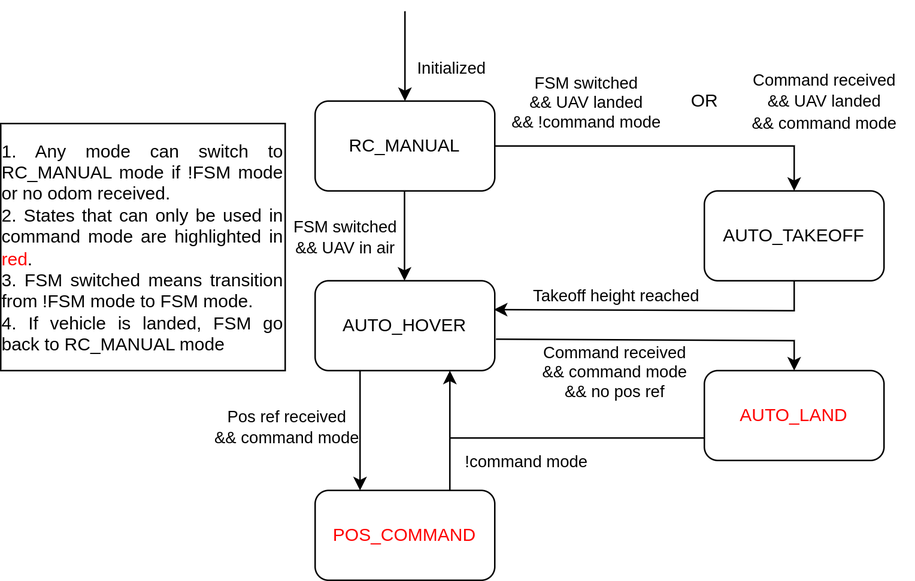
Before: docs/AIRo_PX4_FSM.png, a diagram exported from draw.io (HKPolyU-UAV/airo_control_interface). Source tidied: cells renumbered, new cells last; positions are measured from the earlier drawing's top-left corner, leaving out a move shared by most shapes.
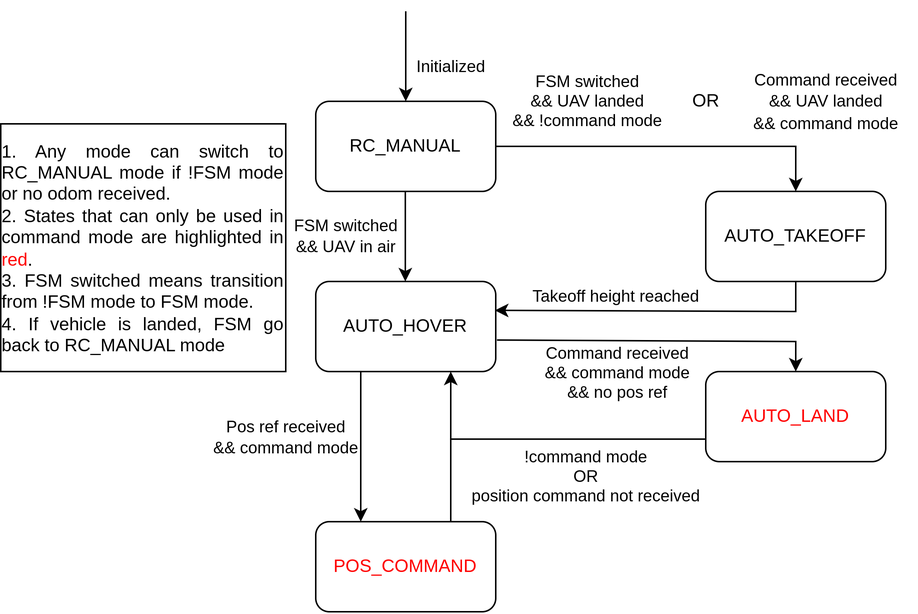
The same file after the commit.

The edit, as a diff of the source:
```diff
@@ -74,7 +74,7 @@
       <mxGeometry x="450" y="45" width="40" height="30" as="geometry" />
     </mxCell>
     <mxCell id="18" value="&lt;font color=&quot;#ff0000&quot;&gt;POS_COMMAND&lt;/font&gt;" style="rounded=1;whiteSpace=wrap;html=1;" parent="1" vertex="1">
-      <mxGeometry x="210" y="320" width="120" height="60" as="geometry" />
+      <mxGeometry x="210" y="340" width="120" height="60" as="geometry" />
     </mxCell>
     <mxCell id="19" style="endArrow=classic;html=1;rounded=0;entryX=0.25;entryY=0;entryDx=0;entryDy=0;exitX=0.25;exitY=1;exitDx=0;exitDy=0;" parent="1" edge="1" source="7" target="18">
       <mxGeometry relative="1" as="geometry" />
@@ -92,9 +92,9 @@
         <mxPoint x="300" y="285" as="targetPoint" />
       </mxGeometry>
     </mxCell>
-    <mxCell id="23" value="!command mode" style="edgeLabel;html=1;align=center;verticalAlign=middle;" parent="22" vertex="1">
+    <mxCell id="23" value="!command mode&lt;br&gt;OR&lt;br&gt;position command not received" style="edgeLabel;html=1;align=center;verticalAlign=middle;" parent="22" vertex="1">
       <mxGeometry x="-0.09" y="-1" relative="1" as="geometry">
-        <mxPoint x="-42" y="16" as="offset" />
+        <mxPoint x="-2" y="26" as="offset" />
       </mxGeometry>
     </mxCell>
     <mxCell id="24" value="&lt;div style=&quot;text-align: justify;&quot;&gt;&lt;span style=&quot;background-color: initial;&quot;&gt;1. Any mode can switch to RC_MANUAL mode if !FSM mode or no odom received.&lt;/span&gt;&lt;/div&gt;&lt;div style=&quot;text-align: justify;&quot;&gt;&lt;span style=&quot;background-color: initial;&quot;&gt;2. States that can only be used in command mode are highlighted in &lt;/span&gt;&lt;font style=&quot;background-color: initial;&quot; color=&quot;#ff0000&quot;&gt;red&lt;/font&gt;&lt;span style=&quot;background-color: initial;&quot;&gt;.&lt;/span&gt;&lt;/div&gt;&lt;div style=&quot;text-align: justify;&quot;&gt;&lt;span style=&quot;background-color: initial;&quot;&gt;3. FSM switched means transition from !FSM mode to FSM mode.&lt;/span&gt;&lt;/div&gt;&lt;div style=&quot;text-align: justify;&quot;&gt;&lt;span style=&quot;background-color: initial;&quot;&gt;4. If vehicle is landed, FSM go back to RC_MANUAL mode&lt;/span&gt;&lt;/div&gt;" style="text;html=1;align=center;verticalAlign=middle;whiteSpace=wrap;rounded=0;strokeColor=default;" parent="1" vertex="1">
```
